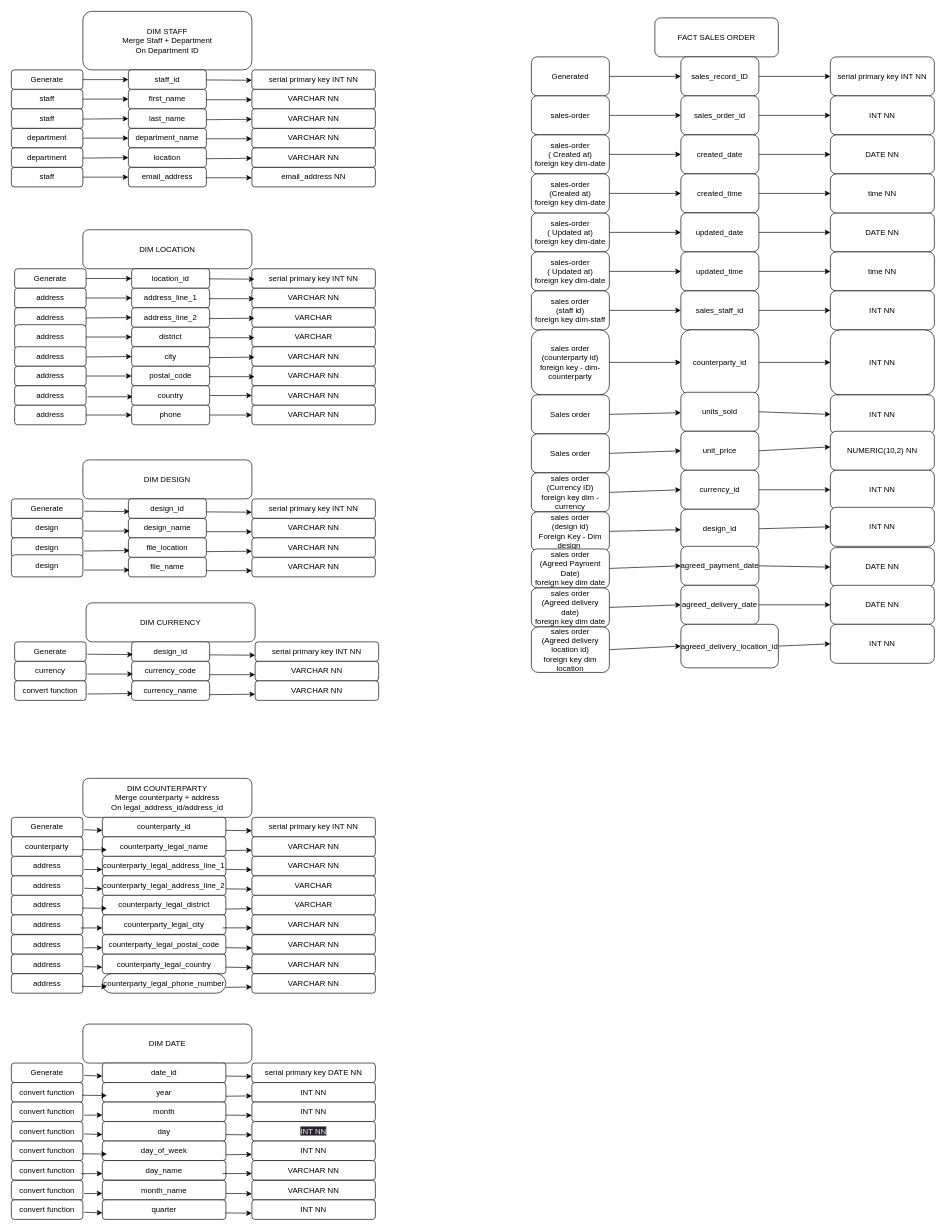
This is diagrams/db-layout.drawio from CavemanDan667/de-project, a draw.io file, before an edit. Source tidied: cells renumbered, new cells numbered last; positions are measured from the earlier drawing's top-left corner, leaving out a move shared by most shapes. Both pictures are drawn from the tidied source at 65%, with x=0, y=0 at pixel (11, 11).
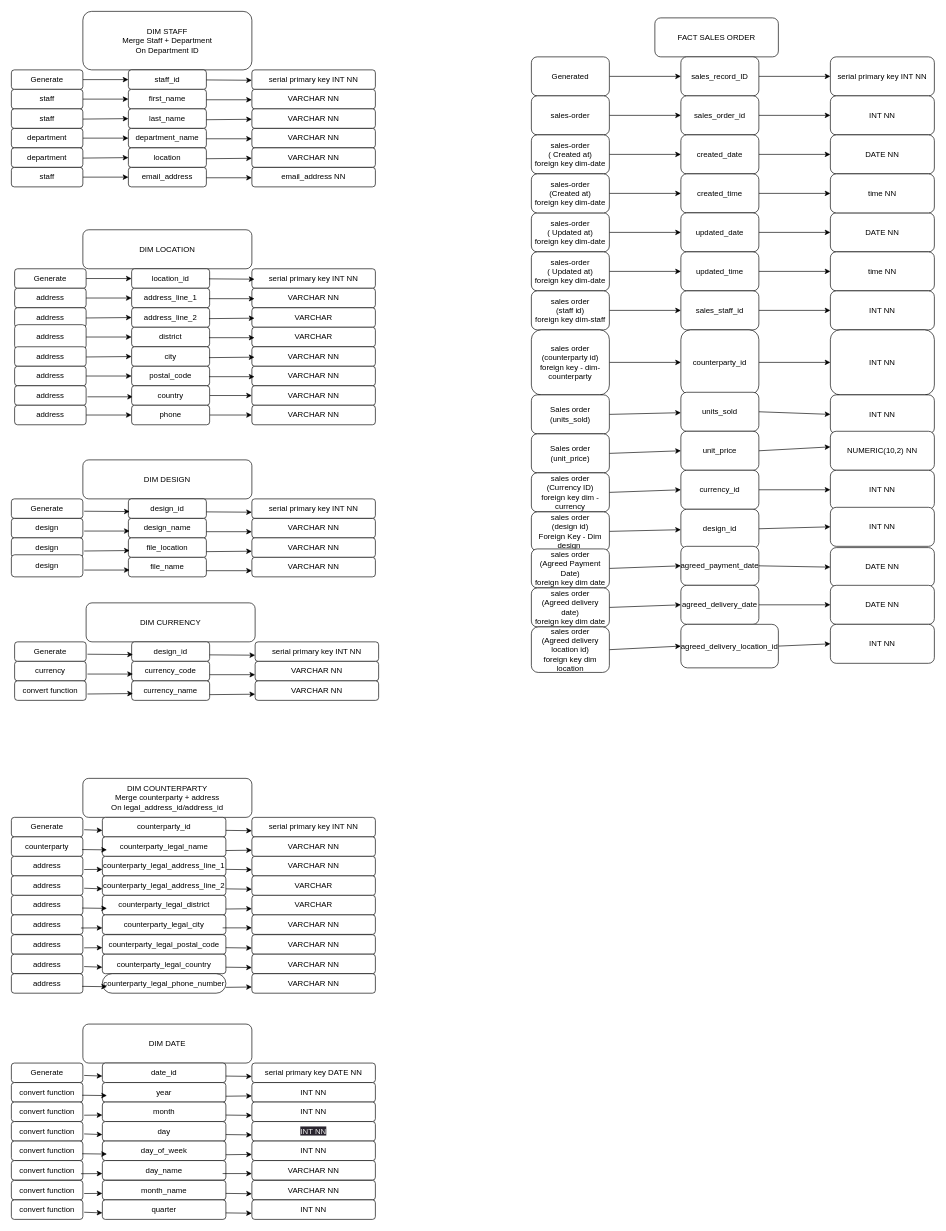
The same diagram, later.

Commit message:
edited fact sales order diagram

What changed in the source:
```diff
@@
-    <mxCell id="254" value="Sales order" style="rounded=1;whiteSpace=wrap;html=1;" parent="1" vertex="1">
+    <mxCell id="254" value="Sales order&lt;br&gt;(units_sold)" style="rounded=1;whiteSpace=wrap;html=1;" parent="1" vertex="1">
       <mxGeometry x="800" y="590" width="120" height="60" as="geometry" />
     </mxCell>
@@
-    <mxCell id="256" value="Sales order" style="rounded=1;whiteSpace=wrap;html=1;" parent="1" vertex="1">
+    <mxCell id="256" value="Sales order&lt;br&gt;(unit_price)" style="rounded=1;whiteSpace=wrap;html=1;" parent="1" vertex="1">
       <mxGeometry x="800" y="650" width="120" height="60" as="geometry" />
     </mxCell>
```
